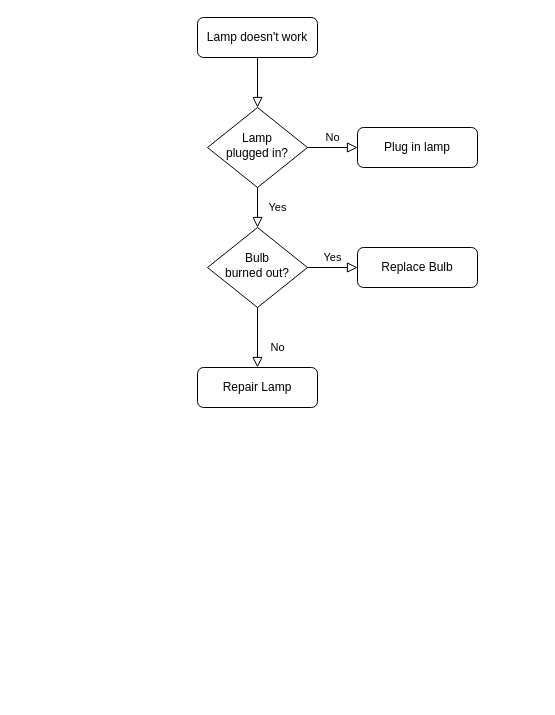
The draw.io diagram 教师角色功能流程图.drawio in creazy412/none, before the edit. Source tidied: cells renumbered, new cells numbered last; positions are measured from the earlier drawing's top-left corner, leaving out a move shared by most shapes. Both pictures are drawn from the tidied source at 100%, with x=0, y=0 at pixel (197, 17).
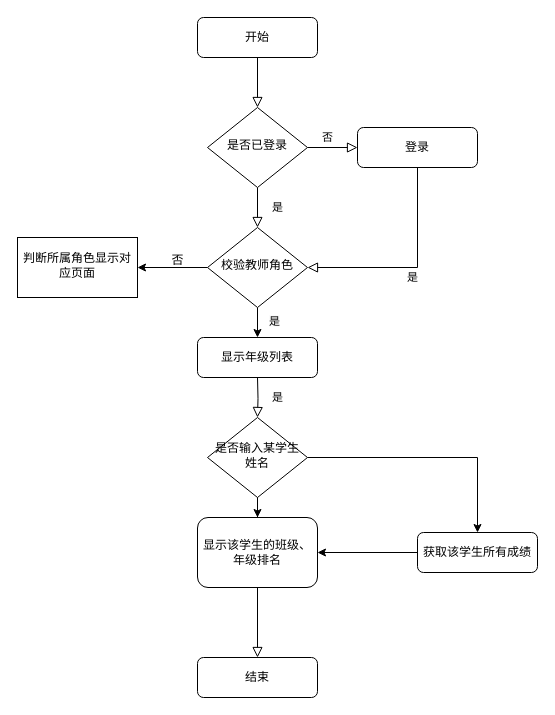
After the change.

Commit message:
更新教师角色功能流程图.drawio

What changed in the source:
```diff
@@
-    <mxCell id="3" value="Lamp doesn't work" style="rounded=1;whiteSpace=wrap;html=1;fontSize=12;glass=0;strokeWidth=1;shadow=0;" parent="1" vertex="1">
+    <mxCell id="3" value="开始" style="rounded=1;whiteSpace=wrap;html=1;fontSize=12;glass=0;strokeWidth=1;shadow=0;" parent="1" vertex="1">
       <mxGeometry width="120" height="40" as="geometry" />
     </mxCell>
-    <mxCell id="4" value="Yes" style="rounded=0;html=1;jettySize=auto;fontSize=11;endArrow=block;endFill=0;endSize=8;strokeWidth=1;shadow=0;labelBackgroundColor=none;edgeStyle=orthogonalEdgeStyle;" parent="1" edge="1" source="6" target="10">
+    <mxCell id="4" value="是" style="rounded=0;html=1;jettySize=auto;fontSize=11;endArrow=block;endFill=0;endSize=8;strokeWidth=1;shadow=0;labelBackgroundColor=none;edgeStyle=orthogonalEdgeStyle;" parent="1" edge="1" source="6" target="10">
       <mxGeometry y="20" relative="1" as="geometry" />
     </mxCell>
-    <mxCell id="5" value="No" style="edgeStyle=orthogonalEdgeStyle;rounded=0;html=1;jettySize=auto;fontSize=11;endArrow=block;endFill=0;endSize=8;strokeWidth=1;shadow=0;labelBackgroundColor=none;" parent="1" edge="1" source="6" target="7">
-      <mxGeometry y="10" relative="1" as="geometry" />
+    <mxCell id="5" value="否" style="edgeStyle=orthogonalEdgeStyle;rounded=0;html=1;jettySize=auto;fontSize=11;endArrow=block;endFill=0;endSize=8;strokeWidth=1;shadow=0;labelBackgroundColor=none;" parent="1" edge="1" source="6" target="7">
+      <mxGeometry x="-0.2" y="10" relative="1" as="geometry" />
     </mxCell>
-    <mxCell id="6" value="Lamp&lt;br&gt;plugged in?" style="rhombus;whiteSpace=wrap;html=1;shadow=0;fontFamily=Helvetica;fontSize=12;align=center;strokeWidth=1;spacing=6;spacingTop=-4;" parent="1" vertex="1">
+    <mxCell id="6" value="是否已登录" style="rhombus;whiteSpace=wrap;html=1;shadow=0;fontFamily=Helvetica;fontSize=12;align=center;strokeWidth=1;spacing=6;spacingTop=-4;" parent="1" vertex="1">
       <mxGeometry x="10" y="90" width="100" height="80" as="geometry" />
     </mxCell>
-    <mxCell id="7" value="Plug in lamp" style="rounded=1;whiteSpace=wrap;html=1;fontSize=12;glass=0;strokeWidth=1;shadow=0;" parent="1" vertex="1">
+    <mxCell id="7" value="登录" style="rounded=1;whiteSpace=wrap;html=1;fontSize=12;glass=0;strokeWidth=1;shadow=0;" parent="1" vertex="1">
       <mxGeometry x="160" y="110" width="120" height="40" as="geometry" />
     </mxCell>
-    <mxCell id="8" value="No" style="rounded=0;html=1;jettySize=auto;fontSize=11;endArrow=block;endFill=0;endSize=8;strokeWidth=1;shadow=0;labelBackgroundColor=none;edgeStyle=orthogonalEdgeStyle;" parent="1" edge="1" source="10" target="11">
-      <mxGeometry x="0.33" y="20" relative="1" as="geometry" />
+    <mxCell id="8" style="rounded=0;html=1;jettySize=auto;fontSize=11;endArrow=block;endFill=0;endSize=8;strokeWidth=1;shadow=0;labelBackgroundColor=none;edgeStyle=orthogonalEdgeStyle;exitX=0.5;exitY=1;exitDx=0;exitDy=0;" parent="1" edge="1" source="21" target="11">
+      <mxGeometry x="0.34" y="20" relative="1" as="geometry" />
     </mxCell>
-    <mxCell id="9" value="Yes" style="edgeStyle=orthogonalEdgeStyle;rounded=0;html=1;jettySize=auto;fontSize=11;endArrow=block;endFill=0;endSize=8;strokeWidth=1;shadow=0;labelBackgroundColor=none;" parent="1" edge="1" source="10" target="12">
+    <mxCell id="9" value="是" style="edgeStyle=orthogonalEdgeStyle;rounded=0;html=1;jettySize=auto;fontSize=11;endArrow=block;endFill=0;endSize=8;strokeWidth=1;shadow=0;labelBackgroundColor=none;exitX=0.5;exitY=1;exitDx=0;exitDy=0;entryX=1;entryY=0.5;entryDx=0;entryDy=0;" parent="1" edge="1" source="7" target="10">
       <mxGeometry y="10" relative="1" as="geometry" />
     </mxCell>
+    <mxCell id="13" style="edgeStyle=orthogonalEdgeStyle;rounded=0;jettySize=auto;html=1;" parent="1" edge="1" source="10" target="20">
+      <mxGeometry relative="1" as="geometry" />
+    </mxCell>
+    <mxCell id="14" style="edgeStyle=orthogonalEdgeStyle;rounded=0;jettySize=auto;html=1;" parent="1" edge="1" source="10" target="23">
+      <mxGeometry relative="1" as="geometry" />
+    </mxCell>
-    <mxCell id="10" value="Bulb&lt;br&gt;burned out?" style="rhombus;whiteSpace=wrap;html=1;shadow=0;fontFamily=Helvetica;fontSize=12;align=center;strokeWidth=1;spacing=6;spacingTop=-4;" parent="1" vertex="1">
+    <mxCell id="10" value="校验教师角色" style="rhombus;whiteSpace=wrap;html=1;shadow=0;fontFamily=Helvetica;fontSize=12;align=center;strokeWidth=1;spacing=6;spacingTop=-4;" parent="1" vertex="1">
       <mxGeometry x="10" y="210" width="100" height="80" as="geometry" />
     </mxCell>
-    <mxCell id="11" value="Repair Lamp" style="rounded=1;whiteSpace=wrap;html=1;fontSize=12;glass=0;strokeWidth=1;shadow=0;" parent="1" vertex="1">
-      <mxGeometry y="350" width="120" height="40" as="geometry" />
+    <mxCell id="11" value="结束" style="rounded=1;whiteSpace=wrap;html=1;fontSize=12;glass=0;strokeWidth=1;shadow=0;" parent="1" vertex="1">
+      <mxGeometry y="640" width="120" height="40" as="geometry" />
     </mxCell>
+    <mxCell id="15" style="edgeStyle=orthogonalEdgeStyle;rounded=0;jettySize=auto;html=1;" parent="1" edge="1" source="12" target="21">
+      <mxGeometry relative="1" as="geometry" />
+    </mxCell>
-    <mxCell id="12" value="Replace Bulb" style="rounded=1;whiteSpace=wrap;html=1;fontSize=12;glass=0;strokeWidth=1;shadow=0;" parent="1" vertex="1">
-      <mxGeometry x="160" y="230" width="120" height="40" as="geometry" />
+    <mxCell id="12" value="获取该学生所有成绩" style="rounded=1;whiteSpace=wrap;html=1;fontSize=12;glass=0;strokeWidth=1;shadow=0;" parent="1" vertex="1">
+      <mxGeometry x="220" y="515" width="120" height="40" as="geometry" />
     </mxCell>
+    <mxCell id="16" value="是" style="rounded=0;html=1;jettySize=auto;fontSize=11;endArrow=block;endFill=0;endSize=8;strokeWidth=1;shadow=0;labelBackgroundColor=none;edgeStyle=orthogonalEdgeStyle;" parent="1" edge="1" target="19">
+      <mxGeometry y="20" relative="1" as="geometry">
+        <mxPoint x="60" y="360" as="sourcePoint" />
+      </mxGeometry>
+    </mxCell>
+    <mxCell id="17" style="edgeStyle=orthogonalEdgeStyle;rounded=0;jettySize=auto;html=1;" parent="1" edge="1" source="19" target="12">
+      <mxGeometry relative="1" as="geometry" />
+    </mxCell>
+    <mxCell id="18" style="edgeStyle=orthogonalEdgeStyle;rounded=0;jettySize=auto;html=1;" parent="1" edge="1" source="19" target="21">
+      <mxGeometry relative="1" as="geometry" />
+    </mxCell>
+    <mxCell id="19" value="是否输入某学生姓名" style="rhombus;whiteSpace=wrap;html=1;shadow=0;fontFamily=Helvetica;fontSize=12;align=center;strokeWidth=1;spacing=6;spacingTop=-4;" parent="1" vertex="1">
+      <mxGeometry x="10" y="400" width="100" height="80" as="geometry" />
+    </mxCell>
+    <mxCell id="20" value="显示年级列表" style="rounded=1;whiteSpace=wrap;html=1;fontSize=12;glass=0;strokeWidth=1;shadow=0;" parent="1" vertex="1">
+      <mxGeometry y="320" width="120" height="40" as="geometry" />
+    </mxCell>
+    <mxCell id="21" value="显示该学生的班级、年级排名" style="rounded=1;whiteSpace=wrap;html=1;fontSize=12;glass=0;strokeWidth=1;shadow=0;" parent="1" vertex="1">
+      <mxGeometry y="500" width="120" height="70" as="geometry" />
+    </mxCell>
+    <mxCell id="22" value="&lt;span style=&quot;color: rgb(0, 0, 0); font-family: Helvetica; font-size: 11px; font-style: normal; font-variant-ligatures: normal; font-variant-caps: normal; font-weight: 400; letter-spacing: normal; orphans: 2; text-align: center; text-indent: 0px; text-transform: none; widows: 2; word-spacing: 0px; -webkit-text-stroke-width: 0px; background-color: rgb(251, 251, 251); text-decoration-thickness: initial; text-decoration-style: initial; text-decoration-color: initial; float: none; display: inline !important;&quot;&gt;是&lt;/span&gt;" style="text;whiteSpace=wrap;html=1;" parent="1" vertex="1">
+      <mxGeometry x="70" y="290" width="50" height="40" as="geometry" />
+    </mxCell>
+    <mxCell id="23" value="判断所属角色显示对应页面" style="whiteSpace=wrap;html=1;shadow=0;strokeWidth=1;spacing=6;spacingTop=-4;" parent="1" vertex="1">
+      <mxGeometry x="-180" y="220" width="120" height="60" as="geometry" />
+    </mxCell>
+    <mxCell id="24" value="否" style="text;html=1;align=center;verticalAlign=middle;strokeColor=none;fillColor=none;" parent="1" vertex="1">
+      <mxGeometry x="-40" y="228" width="40" height="30" as="geometry" />
+    </mxCell>
```
